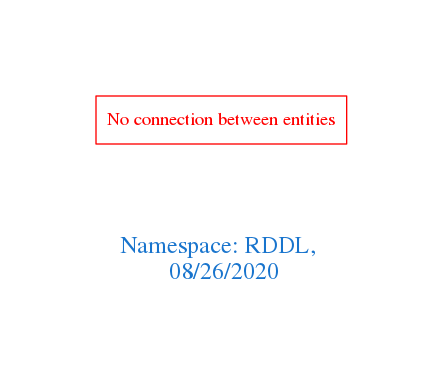
Above: downloads/RDDL.png in arago/OGIT (Graphviz), before the change. Its source is kept beside it as downloads/RDDL.dot.
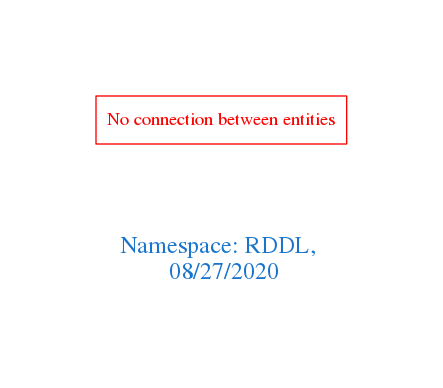
Later version of the same file.

Change to the diagram source:
```diff
@@ -1,7 +1,7 @@
 digraph OGIT_ontology {
  graph [ rankdir= LR,pad=1
 fontsize = 18,
-fontcolor= dodgerblue3,label = "\n\n\nNamespace: RDDL, \n 08/26/2020"];
+fontcolor= dodgerblue3,label = "\n\n\nNamespace: RDDL, \n 08/27/2020"];
 node[shape=polygon];
 edge [  color="gray81"];
 
```
